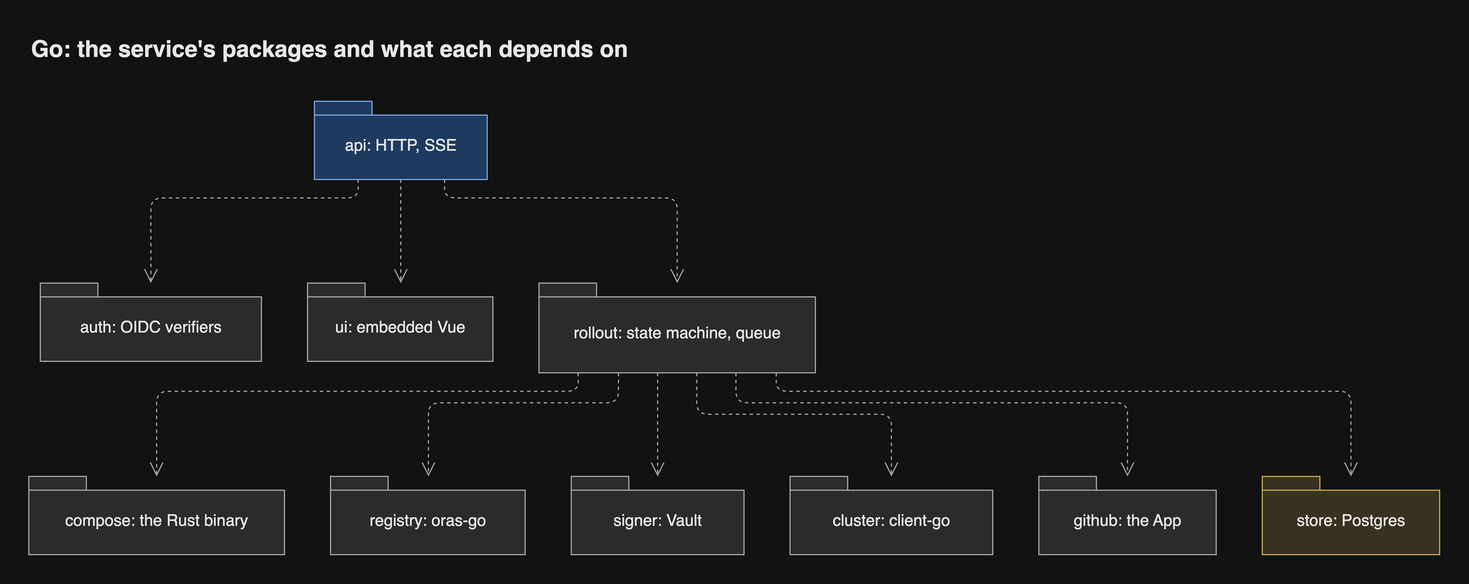
JorisJonkers-dev/estate-kit keeps this draw.io diagram as docs/diagrams/png/go-packages.png. Above is the earlier version. Source tidied: cells renumbered, new cells last; positions are measured from the earlier drawing's top-left corner, leaving out a move shared by most shapes. The source it was exported from:
```xml
<mxGraphModel>
  <root>
    <mxCell id="0" />
    <mxCell id="1" parent="0" />
    <mxCell id="2" value="api: HTTP, SSE" style="shape=folder;tabWidth=50;tabHeight=12;tabPosition=left;spacingTop=8;html=1;whiteSpace=wrap;fontSize=14;fontColor=light-dark(#1a1a1a,#e8e8e8);fillColor=light-dark(#dae8fc,#1f3a5f);strokeColor=light-dark(#6c8ebf,#7aa7e0);fontFamily=Helvetica;" parent="1" vertex="1">
      <mxGeometry x="248" y="64" width="150" height="68" as="geometry" />
    </mxCell>
    <mxCell id="3" value="auth: OIDC verifiers" style="shape=folder;tabWidth=50;tabHeight=12;tabPosition=left;spacingTop=8;html=1;whiteSpace=wrap;fontSize=14;fontColor=light-dark(#1a1a1a,#e8e8e8);fillColor=light-dark(#f5f5f5,#2b2b2b);strokeColor=light-dark(#666666,#a8a8a8);fontFamily=Helvetica;" parent="1" vertex="1">
      <mxGeometry x="10" y="222" width="192" height="68" as="geometry" />
    </mxCell>
    <mxCell id="4" value="ui: embedded Vue" style="shape=folder;tabWidth=50;tabHeight=12;tabPosition=left;spacingTop=8;html=1;whiteSpace=wrap;fontSize=14;fontColor=light-dark(#1a1a1a,#e8e8e8);fillColor=light-dark(#f5f5f5,#2b2b2b);strokeColor=light-dark(#666666,#a8a8a8);fontFamily=Helvetica;" parent="1" vertex="1">
      <mxGeometry x="242" y="222" width="161" height="68" as="geometry" />
    </mxCell>
    <mxCell id="5" value="rollout: state machine, queue" style="shape=folder;tabWidth=50;tabHeight=12;tabPosition=left;spacingTop=8;html=1;whiteSpace=wrap;fontSize=14;fontColor=light-dark(#1a1a1a,#e8e8e8);fillColor=light-dark(#f5f5f5,#2b2b2b);strokeColor=light-dark(#666666,#a8a8a8);fontFamily=Helvetica;" parent="1" vertex="1">
      <mxGeometry x="443" y="222" width="240" height="78" as="geometry" />
    </mxCell>
    <mxCell id="6" value="compose: the Rust binary" style="shape=folder;tabWidth=50;tabHeight=12;tabPosition=left;spacingTop=8;html=1;whiteSpace=wrap;fontSize=14;fontColor=light-dark(#1a1a1a,#e8e8e8);fillColor=light-dark(#f5f5f5,#2b2b2b);strokeColor=light-dark(#666666,#a8a8a8);fontFamily=Helvetica;" parent="1" vertex="1">
      <mxGeometry y="390" width="222" height="68" as="geometry" />
    </mxCell>
    <mxCell id="7" value="registry: oras-go" style="shape=folder;tabWidth=50;tabHeight=12;tabPosition=left;spacingTop=8;html=1;whiteSpace=wrap;fontSize=14;fontColor=light-dark(#1a1a1a,#e8e8e8);fillColor=light-dark(#f5f5f5,#2b2b2b);strokeColor=light-dark(#666666,#a8a8a8);fontFamily=Helvetica;" parent="1" vertex="1">
      <mxGeometry x="262" y="390" width="169" height="68" as="geometry" />
    </mxCell>
    <mxCell id="8" value="signer: Vault" style="shape=folder;tabWidth=50;tabHeight=12;tabPosition=left;spacingTop=8;html=1;whiteSpace=wrap;fontSize=14;fontColor=light-dark(#1a1a1a,#e8e8e8);fillColor=light-dark(#f5f5f5,#2b2b2b);strokeColor=light-dark(#666666,#a8a8a8);fontFamily=Helvetica;" parent="1" vertex="1">
      <mxGeometry x="471" y="390" width="150" height="68" as="geometry" />
    </mxCell>
    <mxCell id="9" value="cluster: client-go" style="shape=folder;tabWidth=50;tabHeight=12;tabPosition=left;spacingTop=8;html=1;whiteSpace=wrap;fontSize=14;fontColor=light-dark(#1a1a1a,#e8e8e8);fillColor=light-dark(#f5f5f5,#2b2b2b);strokeColor=light-dark(#666666,#a8a8a8);fontFamily=Helvetica;" parent="1" vertex="1">
      <mxGeometry x="661" y="390" width="176" height="68" as="geometry" />
    </mxCell>
    <mxCell id="10" value="github: the App" style="shape=folder;tabWidth=50;tabHeight=12;tabPosition=left;spacingTop=8;html=1;whiteSpace=wrap;fontSize=14;fontColor=light-dark(#1a1a1a,#e8e8e8);fillColor=light-dark(#f5f5f5,#2b2b2b);strokeColor=light-dark(#666666,#a8a8a8);fontFamily=Helvetica;" parent="1" vertex="1">
      <mxGeometry x="877" y="390" width="154" height="68" as="geometry" />
    </mxCell>
    <mxCell id="11" value="store: Postgres" style="shape=folder;tabWidth=50;tabHeight=12;tabPosition=left;spacingTop=8;html=1;whiteSpace=wrap;fontSize=14;fontColor=light-dark(#1a1a1a,#e8e8e8);fillColor=light-dark(#fff2cc,#3a3220);strokeColor=light-dark(#d6b656,#c9a74a);fontFamily=Helvetica;" parent="1" vertex="1">
      <mxGeometry x="1071" y="390" width="154" height="68" as="geometry" />
    </mxCell>
    <mxCell id="12" style="html=1;rounded=1;fontSize=14;fontSize=12;fontColor=light-dark(#1a1a1a,#e8e8e8);strokeColor=light-dark(#666666,#a8a8a8);endArrow=open;endSize=10;dashed=1;curved=0;exitX=0.2533;exitY=1;entryX=0.5;entryY=0;edgeStyle=orthogonalEdgeStyle;fontFamily=Helvetica;labelBackgroundColor=light-dark(#ffffff,#1e1e1e);" parent="1" edge="1" source="2" target="3">
      <mxGeometry relative="1" as="geometry">
        <Array as="points">
          <mxPoint x="286" y="148" />
          <mxPoint x="106" y="148" />
        </Array>
      </mxGeometry>
    </mxCell>
    <mxCell id="13" style="html=1;rounded=1;fontSize=14;fontSize=12;fontColor=light-dark(#1a1a1a,#e8e8e8);strokeColor=light-dark(#666666,#a8a8a8);endArrow=open;endSize=10;dashed=1;curved=0;exitX=0.5;exitY=1;entryX=0.5031;entryY=0;edgeStyle=orthogonalEdgeStyle;fontFamily=Helvetica;labelBackgroundColor=light-dark(#ffffff,#1e1e1e);" parent="1" edge="1" source="2" target="4">
      <mxGeometry relative="1" as="geometry">
        <Array as="points">
          <mxPoint x="323" y="177" />
        </Array>
      </mxGeometry>
    </mxCell>
    <mxCell id="14" style="html=1;rounded=1;fontSize=14;fontSize=12;fontColor=light-dark(#1a1a1a,#e8e8e8);strokeColor=light-dark(#666666,#a8a8a8);endArrow=open;endSize=10;dashed=1;curved=0;exitX=0.7533;exitY=1;entryX=0.5;entryY=0;edgeStyle=orthogonalEdgeStyle;fontFamily=Helvetica;labelBackgroundColor=light-dark(#ffffff,#1e1e1e);" parent="1" edge="1" source="2" target="5">
      <mxGeometry relative="1" as="geometry">
        <Array as="points">
          <mxPoint x="361" y="148" />
          <mxPoint x="563" y="148" />
        </Array>
      </mxGeometry>
    </mxCell>
    <mxCell id="15" style="html=1;rounded=1;fontSize=14;fontSize=12;fontColor=light-dark(#1a1a1a,#e8e8e8);strokeColor=light-dark(#666666,#a8a8a8);endArrow=open;endSize=10;dashed=1;curved=0;exitX=0.1417;exitY=1;entryX=0.5;entryY=0;edgeStyle=orthogonalEdgeStyle;fontFamily=Helvetica;labelBackgroundColor=light-dark(#ffffff,#1e1e1e);" parent="1" edge="1" source="5" target="6">
      <mxGeometry relative="1" as="geometry">
        <Array as="points">
          <mxPoint x="477" y="316" />
          <mxPoint x="111" y="316" />
        </Array>
      </mxGeometry>
    </mxCell>
    <mxCell id="16" style="html=1;rounded=1;fontSize=14;fontSize=12;fontColor=light-dark(#1a1a1a,#e8e8e8);strokeColor=light-dark(#666666,#a8a8a8);endArrow=open;endSize=10;dashed=1;curved=0;exitX=0.2875;exitY=1;entryX=0.503;entryY=0;edgeStyle=orthogonalEdgeStyle;fontFamily=Helvetica;labelBackgroundColor=light-dark(#ffffff,#1e1e1e);" parent="1" edge="1" source="5" target="7">
      <mxGeometry relative="1" as="geometry">
        <Array as="points">
          <mxPoint x="512" y="326" />
          <mxPoint x="347" y="326" />
        </Array>
      </mxGeometry>
    </mxCell>
    <mxCell id="17" style="html=1;rounded=1;fontSize=14;fontSize=12;fontColor=light-dark(#1a1a1a,#e8e8e8);strokeColor=light-dark(#666666,#a8a8a8);endArrow=open;endSize=10;dashed=1;curved=0;exitX=0.4292;exitY=1;entryX=0.5;entryY=0;edgeStyle=orthogonalEdgeStyle;fontFamily=Helvetica;labelBackgroundColor=light-dark(#ffffff,#1e1e1e);" parent="1" edge="1" source="5" target="8">
      <mxGeometry relative="1" as="geometry">
        <Array as="points">
          <mxPoint x="546" y="345" />
        </Array>
      </mxGeometry>
    </mxCell>
    <mxCell id="18" style="html=1;rounded=1;fontSize=14;fontSize=12;fontColor=light-dark(#1a1a1a,#e8e8e8);strokeColor=light-dark(#666666,#a8a8a8);endArrow=open;endSize=10;dashed=1;curved=0;exitX=0.5708;exitY=1;entryX=0.5;entryY=0;edgeStyle=orthogonalEdgeStyle;fontFamily=Helvetica;labelBackgroundColor=light-dark(#ffffff,#1e1e1e);" parent="1" edge="1" source="5" target="9">
      <mxGeometry relative="1" as="geometry">
        <Array as="points">
          <mxPoint x="580" y="336" />
          <mxPoint x="749" y="336" />
        </Array>
      </mxGeometry>
    </mxCell>
    <mxCell id="19" style="html=1;rounded=1;fontSize=14;fontSize=12;fontColor=light-dark(#1a1a1a,#e8e8e8);strokeColor=light-dark(#666666,#a8a8a8);endArrow=open;endSize=10;dashed=1;curved=0;exitX=0.7125;exitY=1;entryX=0.5;entryY=0;edgeStyle=orthogonalEdgeStyle;fontFamily=Helvetica;labelBackgroundColor=light-dark(#ffffff,#1e1e1e);" parent="1" edge="1" source="5" target="10">
      <mxGeometry relative="1" as="geometry">
        <Array as="points">
          <mxPoint x="614" y="326" />
          <mxPoint x="954" y="326" />
        </Array>
      </mxGeometry>
    </mxCell>
    <mxCell id="20" style="html=1;rounded=1;fontSize=14;fontSize=12;fontColor=light-dark(#1a1a1a,#e8e8e8);strokeColor=light-dark(#666666,#a8a8a8);endArrow=open;endSize=10;dashed=1;curved=0;exitX=0.8583;exitY=1;entryX=0.5;entryY=0;edgeStyle=orthogonalEdgeStyle;fontFamily=Helvetica;labelBackgroundColor=light-dark(#ffffff,#1e1e1e);" parent="1" edge="1" source="5" target="11">
      <mxGeometry relative="1" as="geometry">
        <Array as="points">
          <mxPoint x="649" y="316" />
          <mxPoint x="1148" y="316" />
        </Array>
      </mxGeometry>
    </mxCell>
    <mxCell id="21" value="Go: the service's packages and what each depends on" style="text;html=1;whiteSpace=wrap;align=left;verticalAlign=middle;fontSize=20;fontStyle=1;fontColor=light-dark(#1a1a1a,#e8e8e8);fontFamily=Helvetica;" parent="1" vertex="1">
      <mxGeometry width="1225" height="36" as="geometry" />
    </mxCell>
  </root>
</mxGraphModel>
```
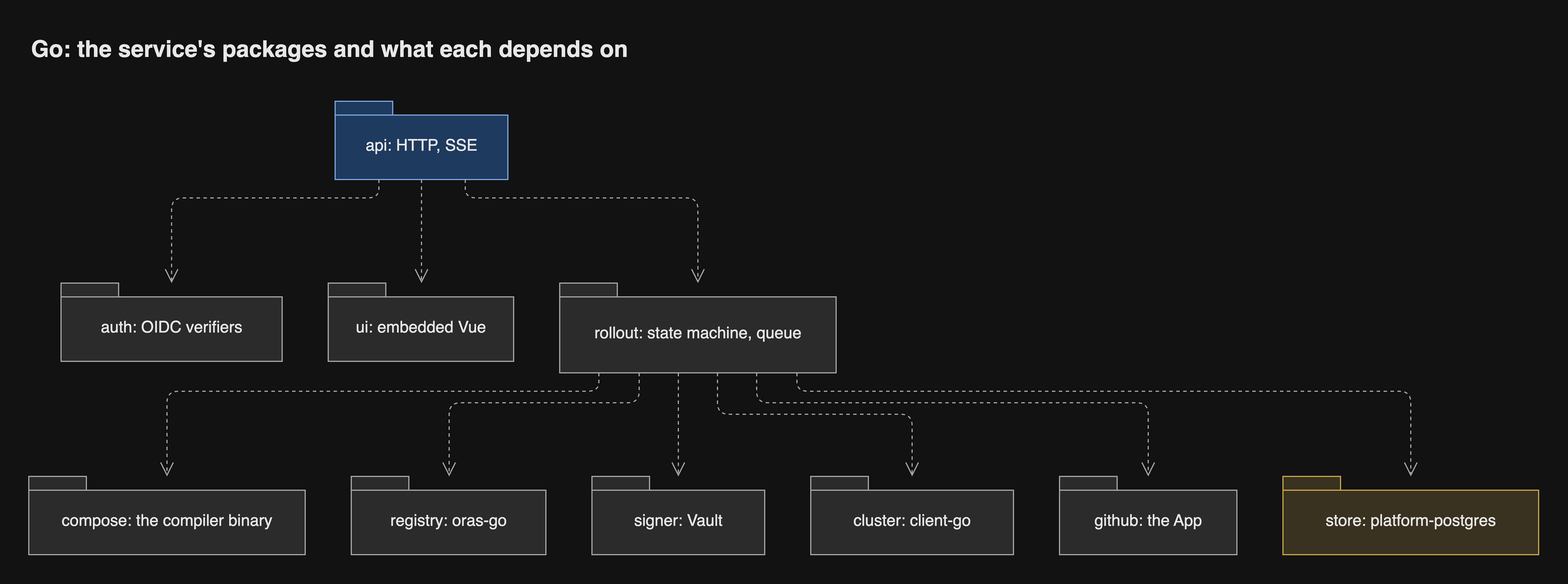
After the commit.

Change to the diagram source:
```diff
@@ -14,8 +14,8 @@
     <mxCell id="5" value="rollout: state machine, queue" style="shape=folder;tabWidth=50;tabHeight=12;tabPosition=left;spacingTop=8;html=1;whiteSpace=wrap;fontSize=14;fontColor=light-dark(#1a1a1a,#e8e8e8);fillColor=light-dark(#f5f5f5,#2b2b2b);strokeColor=light-dark(#666666,#a8a8a8);fontFamily=Helvetica;" parent="1" vertex="1">
       <mxGeometry x="443" y="222" width="240" height="78" as="geometry" />
     </mxCell>
-    <mxCell id="6" value="compose: the Rust binary" style="shape=folder;tabWidth=50;tabHeight=12;tabPosition=left;spacingTop=8;html=1;whiteSpace=wrap;fontSize=14;fontColor=light-dark(#1a1a1a,#e8e8e8);fillColor=light-dark(#f5f5f5,#2b2b2b);strokeColor=light-dark(#666666,#a8a8a8);fontFamily=Helvetica;" parent="1" vertex="1">
-      <mxGeometry y="390" width="222" height="68" as="geometry" />
+    <mxCell id="6" value="compose: the compiler binary" style="shape=folder;tabWidth=50;tabHeight=12;tabPosition=left;spacingTop=8;html=1;whiteSpace=wrap;fontSize=14;fontColor=light-dark(#1a1a1a,#e8e8e8);fillColor=light-dark(#f5f5f5,#2b2b2b);strokeColor=light-dark(#666666,#a8a8a8);fontFamily=Helvetica;" parent="1" vertex="1">
+      <mxGeometry x="-18" y="390" width="240" height="68" as="geometry" />
     </mxCell>
     <mxCell id="7" value="registry: oras-go" style="shape=folder;tabWidth=50;tabHeight=12;tabPosition=left;spacingTop=8;html=1;whiteSpace=wrap;fontSize=14;fontColor=light-dark(#1a1a1a,#e8e8e8);fillColor=light-dark(#f5f5f5,#2b2b2b);strokeColor=light-dark(#666666,#a8a8a8);fontFamily=Helvetica;" parent="1" vertex="1">
       <mxGeometry x="262" y="390" width="169" height="68" as="geometry" />
@@ -29,8 +29,8 @@
     <mxCell id="10" value="github: the App" style="shape=folder;tabWidth=50;tabHeight=12;tabPosition=left;spacingTop=8;html=1;whiteSpace=wrap;fontSize=14;fontColor=light-dark(#1a1a1a,#e8e8e8);fillColor=light-dark(#f5f5f5,#2b2b2b);strokeColor=light-dark(#666666,#a8a8a8);fontFamily=Helvetica;" parent="1" vertex="1">
       <mxGeometry x="877" y="390" width="154" height="68" as="geometry" />
     </mxCell>
-    <mxCell id="11" value="store: Postgres" style="shape=folder;tabWidth=50;tabHeight=12;tabPosition=left;spacingTop=8;html=1;whiteSpace=wrap;fontSize=14;fontColor=light-dark(#1a1a1a,#e8e8e8);fillColor=light-dark(#fff2cc,#3a3220);strokeColor=light-dark(#d6b656,#c9a74a);fontFamily=Helvetica;" parent="1" vertex="1">
-      <mxGeometry x="1071" y="390" width="154" height="68" as="geometry" />
+    <mxCell id="11" value="store: platform-postgres" style="shape=folder;tabWidth=50;tabHeight=12;tabPosition=left;spacingTop=8;html=1;whiteSpace=wrap;fontSize=14;fontColor=light-dark(#1a1a1a,#e8e8e8);fillColor=light-dark(#fff2cc,#3a3220);strokeColor=light-dark(#d6b656,#c9a74a);fontFamily=Helvetica;" parent="1" vertex="1">
+      <mxGeometry x="1071" y="390" width="222" height="68" as="geometry" />
     </mxCell>
     <mxCell id="12" style="html=1;rounded=1;fontSize=14;fontSize=12;fontColor=light-dark(#1a1a1a,#e8e8e8);strokeColor=light-dark(#666666,#a8a8a8);endArrow=open;endSize=10;dashed=1;curved=0;exitX=0.2533;exitY=1;entryX=0.5;entryY=0;edgeStyle=orthogonalEdgeStyle;fontFamily=Helvetica;labelBackgroundColor=light-dark(#ffffff,#1e1e1e);" parent="1" edge="1" source="2" target="3">
       <mxGeometry relative="1" as="geometry">
@@ -59,7 +59,7 @@
       <mxGeometry relative="1" as="geometry">
         <Array as="points">
           <mxPoint x="477" y="316" />
-          <mxPoint x="111" y="316" />
+          <mxPoint x="102" y="316" />
         </Array>
       </mxGeometry>
     </mxCell>
@@ -98,12 +98,12 @@
       <mxGeometry relative="1" as="geometry">
         <Array as="points">
           <mxPoint x="649" y="316" />
-          <mxPoint x="1148" y="316" />
+          <mxPoint x="1182" y="316" />
         </Array>
       </mxGeometry>
     </mxCell>
     <mxCell id="21" value="Go: the service's packages and what each depends on" style="text;html=1;whiteSpace=wrap;align=left;verticalAlign=middle;fontSize=20;fontStyle=1;fontColor=light-dark(#1a1a1a,#e8e8e8);fontFamily=Helvetica;" parent="1" vertex="1">
-      <mxGeometry width="1225" height="36" as="geometry" />
+      <mxGeometry x="-18" width="1311" height="36" as="geometry" />
     </mxCell>
   </root>
 </mxGraphModel>
```
